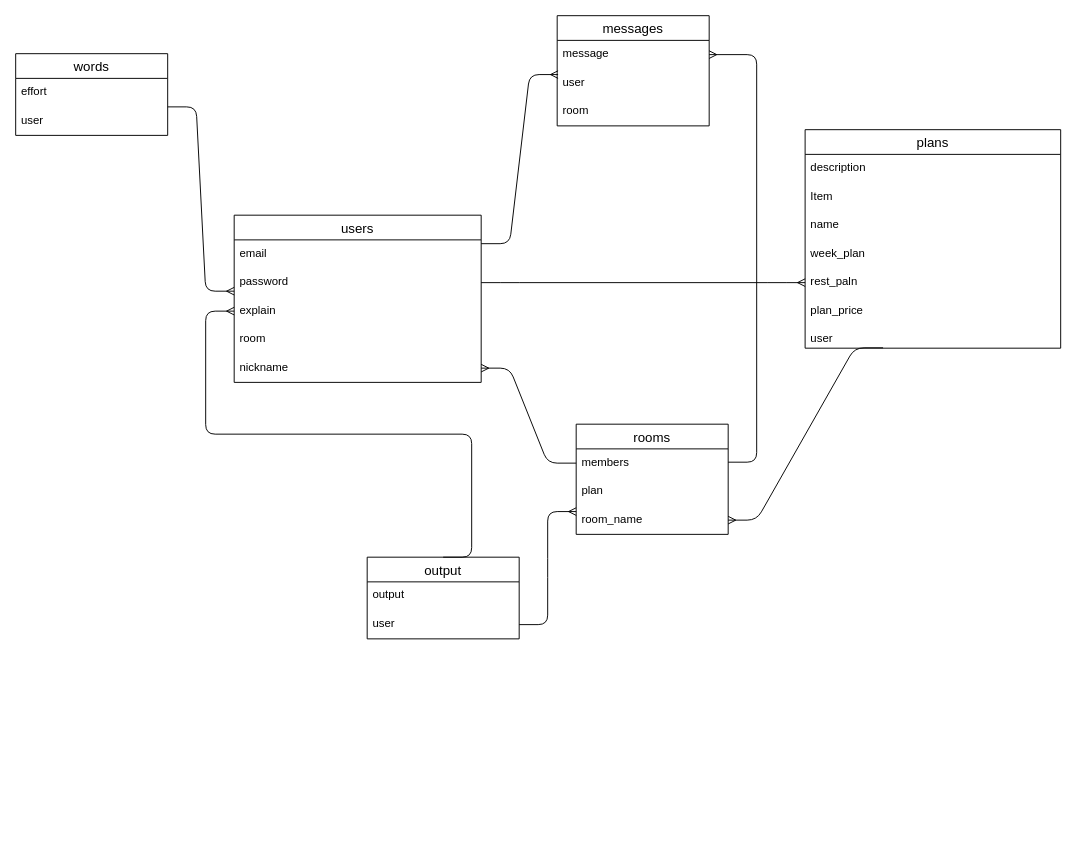
Before: dodo.dio in maru-maru-bonbon/dodo-1224, a draw.io diagram. Source tidied: cells renumbered, new cells numbered last; positions are measured from the earlier drawing's top-left corner, leaving out a move shared by most shapes. Both pictures are drawn from the tidied source at 95%, with x=0, y=0 at pixel (15, 15).
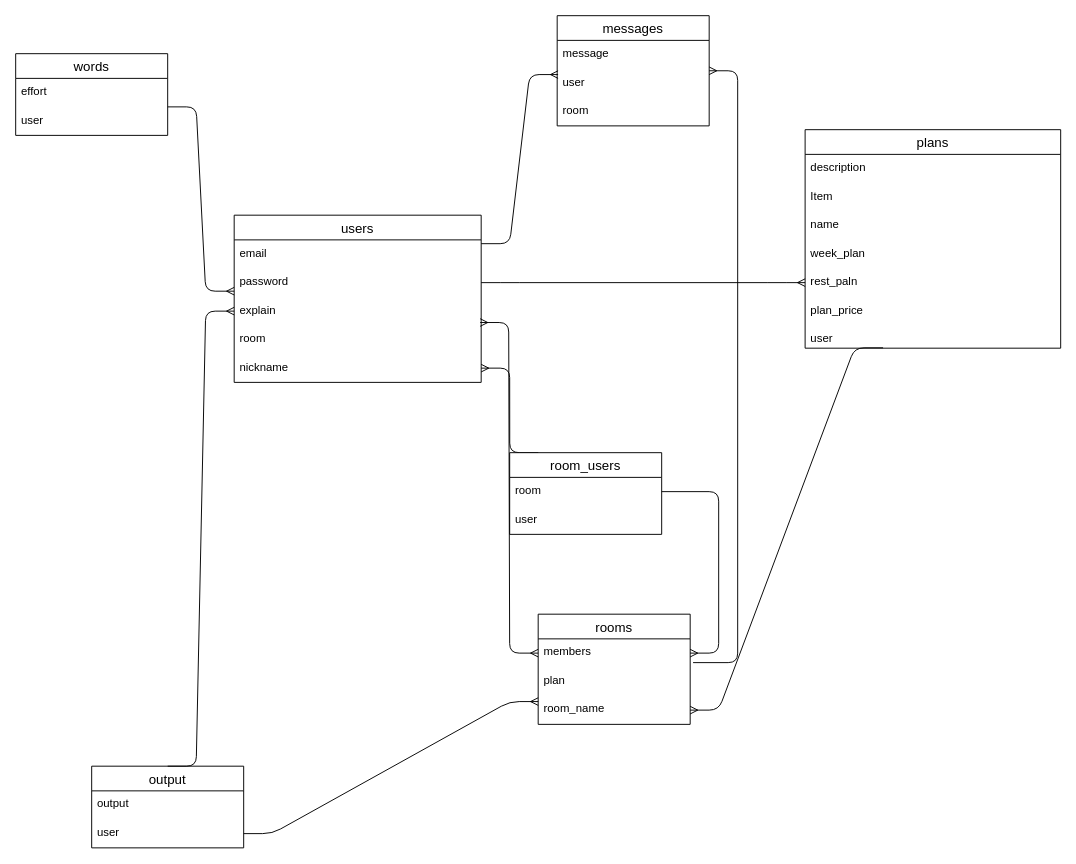
Above is the later version.

Unchanged cells that the change refers to:
```xml
<mxCell id="6" value="room" style="text;strokeColor=none;fillColor=none;spacingLeft=4;spacingRight=4;overflow=hidden;points=[[0,0.5],[1,0.5]];portConstraint=eastwest;fontSize=12;" parent="2" vertex="1">
  <mxGeometry y="116" width="260" height="30" as="geometry" />
</mxCell>
<mxCell id="7" value="nickname" style="text;strokeColor=none;fillColor=none;spacingLeft=4;spacingRight=4;overflow=hidden;points=[[0,0.5],[1,0.5]];portConstraint=eastwest;fontSize=12;" parent="2" vertex="1">
  <mxGeometry y="146" width="260" height="30" as="geometry" />
</mxCell>
<mxCell id="19" value="messages" style="swimlane;fontStyle=0;horizontal=1;startSize=26;align=center;fontSize=14;" parent="1" vertex="1">
  <mxGeometry x="570" width="160" height="116" as="geometry" />
</mxCell>
<mxCell id="20" value="message" style="text;strokeColor=none;fillColor=none;spacingLeft=4;spacingRight=4;overflow=hidden;points=[[0,0.5],[1,0.5]];portConstraint=eastwest;fontSize=12;" parent="19" vertex="1">
  <mxGeometry y="26" width="160" height="30" as="geometry" />
</mxCell>
<mxCell id="31" value="members" style="text;strokeColor=none;fillColor=none;spacingLeft=4;spacingRight=4;overflow=hidden;points=[[0,0.5],[1,0.5]];portConstraint=eastwest;fontSize=12;" parent="30" vertex="1">
  <mxGeometry y="26" width="160" height="30" as="geometry" />
</mxCell>
```

Diff of the diagram source:
```diff
@@
-    <mxCell id="24" style="edgeStyle=entityRelationEdgeStyle;fontSize=12;html=1;endArrow=ERmany;entryX=1;entryY=0.5;entryDx=0;entryDy=0;" parent="1" edge="1" target="20">
-      <mxGeometry relative="1" as="geometry">
-        <mxPoint x="750" y="470" as="sourcePoint" />
-      </mxGeometry>
+    <mxCell id="24" style="edgeStyle=entityRelationEdgeStyle;fontSize=12;html=1;endArrow=ERmany;exitX=1.019;exitY=0.833;exitDx=0;exitDy=0;exitPerimeter=0;" parent="1" edge="1" source="31" target="19">
+      <mxGeometry relative="1" as="geometry" />
     </mxCell>
@@
     <mxCell id="26" value="output" style="swimlane;fontStyle=0;horizontal=1;startSize=26;align=center;fontSize=14;" parent="1" vertex="1">
-      <mxGeometry x="370" y="570" width="160" height="86" as="geometry" />
+      <mxGeometry x="80" y="790" width="160" height="86" as="geometry" />
     </mxCell>
@@
     <mxCell id="30" value="rooms" style="swimlane;fontStyle=0;horizontal=1;startSize=26;align=center;fontSize=14;" parent="1" vertex="1">
-      <mxGeometry x="590" y="430" width="160" height="116" as="geometry" />
+      <mxGeometry x="550" y="630" width="160" height="116" as="geometry" />
     </mxCell>
@@
-    <mxCell id="34" style="edgeStyle=entityRelationEdgeStyle;fontSize=12;html=1;endArrow=ERmany;exitX=0;exitY=0.5;exitDx=0;exitDy=0;" parent="1" edge="1" source="31" target="7">
+    <mxCell id="34" style="edgeStyle=entityRelationEdgeStyle;fontSize=12;html=1;endArrow=ERmany;exitX=0.188;exitY=0;exitDx=0;exitDy=0;exitPerimeter=0;" parent="1" edge="1" source="38" target="7">
       <mxGeometry relative="1" as="geometry" />
     </mxCell>
@@
+    <mxCell id="38" value="room_users" style="swimlane;fontStyle=0;horizontal=1;startSize=26;align=center;fontSize=14;" parent="1" vertex="1">
+      <mxGeometry x="520" y="460" width="160" height="86" as="geometry" />
+    </mxCell>
+    <mxCell id="39" value="room" style="text;strokeColor=none;fillColor=none;spacingLeft=4;spacingRight=4;overflow=hidden;points=[[0,0.5],[1,0.5]];portConstraint=eastwest;fontSize=12;" parent="38" vertex="1">
+      <mxGeometry y="26" width="160" height="30" as="geometry" />
+    </mxCell>
+    <mxCell id="40" value="user" style="text;strokeColor=none;fillColor=none;spacingLeft=4;spacingRight=4;overflow=hidden;fontSize=12;" parent="38" vertex="1">
+      <mxGeometry y="56" width="160" height="30" as="geometry" />
+    </mxCell>
+    <mxCell id="41" style="edgeStyle=entityRelationEdgeStyle;fontSize=12;html=1;endArrow=ERmany;startArrow=ERmany;entryX=0.996;entryY=-0.1;entryDx=0;entryDy=0;entryPerimeter=0;" parent="1" edge="1" source="31" target="6">
+      <mxGeometry relative="1" as="geometry" />
+    </mxCell>
+    <mxCell id="42" style="edgeStyle=entityRelationEdgeStyle;fontSize=12;html=1;endArrow=ERmany;" parent="1" edge="1" source="39" target="31">
+      <mxGeometry relative="1" as="geometry" />
+    </mxCell>
```
